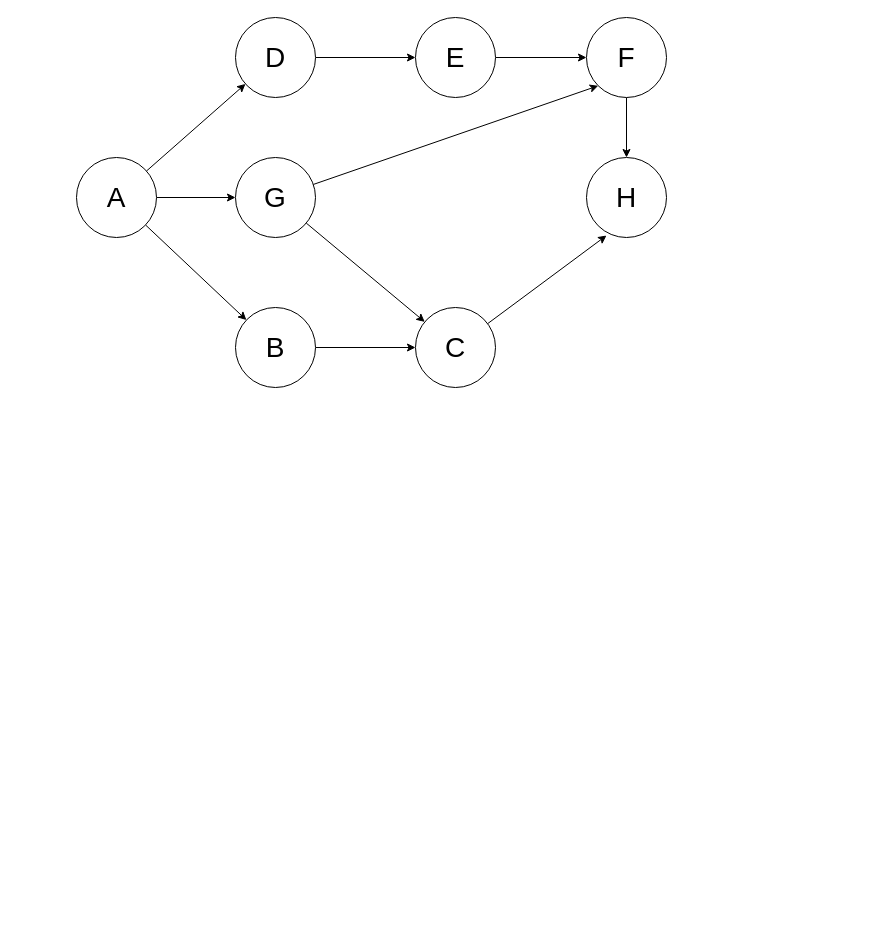
EdgarAlvarez-ROL/pruebapag2 keeps this draw.io diagram as IO.drawio. Above is the earlier version. Source tidied: cells renumbered, new cells numbered last; positions are measured from the earlier drawing's top-left corner, leaving out a move shared by most shapes. Both pictures are drawn from the tidied source at 100%, with x=0, y=0 at pixel (76, 17).
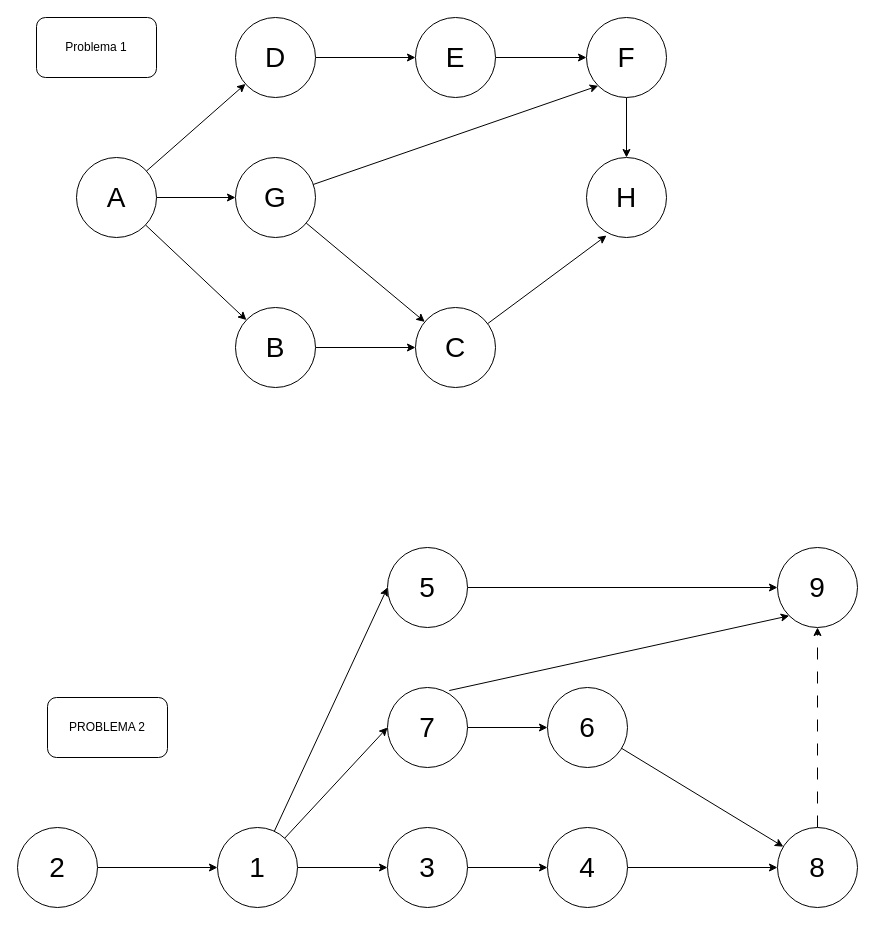
After the change.

Diff of the diagram source:
```diff
@@
+    <mxCell id="20" value="Problema 1" style="rounded=1;whiteSpace=wrap;html=1;" parent="1" vertex="1">
+      <mxGeometry x="-40" width="120" height="60" as="geometry" />
+    </mxCell>
+    <mxCell id="21" value="PROBLEMA 2" style="rounded=1;whiteSpace=wrap;html=1;" parent="1" vertex="1">
+      <mxGeometry x="-29" y="680" width="120" height="60" as="geometry" />
+    </mxCell>
+    <mxCell id="22" style="edgeStyle=orthogonalEdgeStyle;rounded=0;jettySize=auto;html=1;" parent="1" edge="1" source="25" target="29">
+      <mxGeometry relative="1" as="geometry" />
+    </mxCell>
+    <mxCell id="23" style="rounded=0;jettySize=auto;html=1;entryX=0;entryY=0.5;entryDx=0;entryDy=0;" parent="1" edge="1" source="25" target="33">
+      <mxGeometry relative="1" as="geometry" />
+    </mxCell>
+    <mxCell id="24" style="rounded=0;jettySize=auto;html=1;entryX=0;entryY=0.5;entryDx=0;entryDy=0;" parent="1" edge="1" source="25" target="38">
+      <mxGeometry relative="1" as="geometry" />
+    </mxCell>
+    <mxCell id="25" value="1" style="ellipse;whiteSpace=wrap;html=1;fontSize=28;" parent="1" vertex="1">
+      <mxGeometry x="141" y="810" width="80" height="80" as="geometry" />
+    </mxCell>
+    <mxCell id="26" style="edgeStyle=orthogonalEdgeStyle;rounded=0;jettySize=auto;html=1;" parent="1" edge="1" source="27" target="25">
+      <mxGeometry relative="1" as="geometry" />
+    </mxCell>
+    <mxCell id="27" value="2" style="ellipse;whiteSpace=wrap;html=1;fontSize=28;" parent="1" vertex="1">
+      <mxGeometry x="-59" y="810" width="80" height="80" as="geometry" />
+    </mxCell>
+    <mxCell id="28" style="edgeStyle=orthogonalEdgeStyle;rounded=0;jettySize=auto;html=1;entryX=0;entryY=0.5;entryDx=0;entryDy=0;" parent="1" edge="1" source="29" target="31">
+      <mxGeometry relative="1" as="geometry" />
+    </mxCell>
+    <mxCell id="29" value="3" style="ellipse;whiteSpace=wrap;html=1;fontSize=28;" parent="1" vertex="1">
+      <mxGeometry x="311" y="810" width="80" height="80" as="geometry" />
+    </mxCell>
+    <mxCell id="30" style="rounded=0;jettySize=auto;html=1;" parent="1" edge="1" source="31" target="40">
+      <mxGeometry relative="1" as="geometry" />
+    </mxCell>
+    <mxCell id="31" value="4" style="ellipse;whiteSpace=wrap;html=1;fontSize=28;" parent="1" vertex="1">
+      <mxGeometry x="471" y="810" width="80" height="80" as="geometry" />
+    </mxCell>
+    <mxCell id="32" style="edgeStyle=orthogonalEdgeStyle;rounded=0;jettySize=auto;html=1;" parent="1" edge="1" source="33" target="41">
+      <mxGeometry relative="1" as="geometry" />
+    </mxCell>
+    <mxCell id="33" value="5" style="ellipse;whiteSpace=wrap;html=1;fontSize=28;" parent="1" vertex="1">
+      <mxGeometry x="311" y="530" width="80" height="80" as="geometry" />
+    </mxCell>
+    <mxCell id="34" style="rounded=0;jettySize=auto;html=1;" parent="1" edge="1" source="35" target="40">
+      <mxGeometry relative="1" as="geometry" />
+    </mxCell>
+    <mxCell id="35" value="6" style="ellipse;whiteSpace=wrap;html=1;fontSize=28;" parent="1" vertex="1">
+      <mxGeometry x="471" y="670" width="80" height="80" as="geometry" />
+    </mxCell>
+    <mxCell id="36" style="edgeStyle=orthogonalEdgeStyle;rounded=0;jettySize=auto;html=1;" parent="1" edge="1" source="38" target="35">
+      <mxGeometry relative="1" as="geometry" />
+    </mxCell>
+    <mxCell id="37" style="rounded=0;jettySize=auto;html=1;entryX=0;entryY=1;entryDx=0;entryDy=0;exitX=0.772;exitY=0.038;exitDx=0;exitDy=0;exitPerimeter=0;" parent="1" edge="1" source="38" target="41">
+      <mxGeometry relative="1" as="geometry" />
+    </mxCell>
+    <mxCell id="38" value="7" style="ellipse;whiteSpace=wrap;html=1;fontSize=28;" parent="1" vertex="1">
+      <mxGeometry x="311" y="670" width="80" height="80" as="geometry" />
+    </mxCell>
+    <mxCell id="39" style="edgeStyle=orthogonalEdgeStyle;rounded=0;jettySize=auto;html=1;dashed=1;dashPattern=12 12;" parent="1" edge="1" source="40" target="41">
+      <mxGeometry relative="1" as="geometry" />
+    </mxCell>
+    <mxCell id="40" value="8" style="ellipse;whiteSpace=wrap;html=1;fontSize=28;" parent="1" vertex="1">
+      <mxGeometry x="701" y="810" width="80" height="80" as="geometry" />
+    </mxCell>
+    <mxCell id="41" value="9" style="ellipse;whiteSpace=wrap;html=1;fontSize=28;" parent="1" vertex="1">
+      <mxGeometry x="701" y="530" width="80" height="80" as="geometry" />
+    </mxCell>
```
